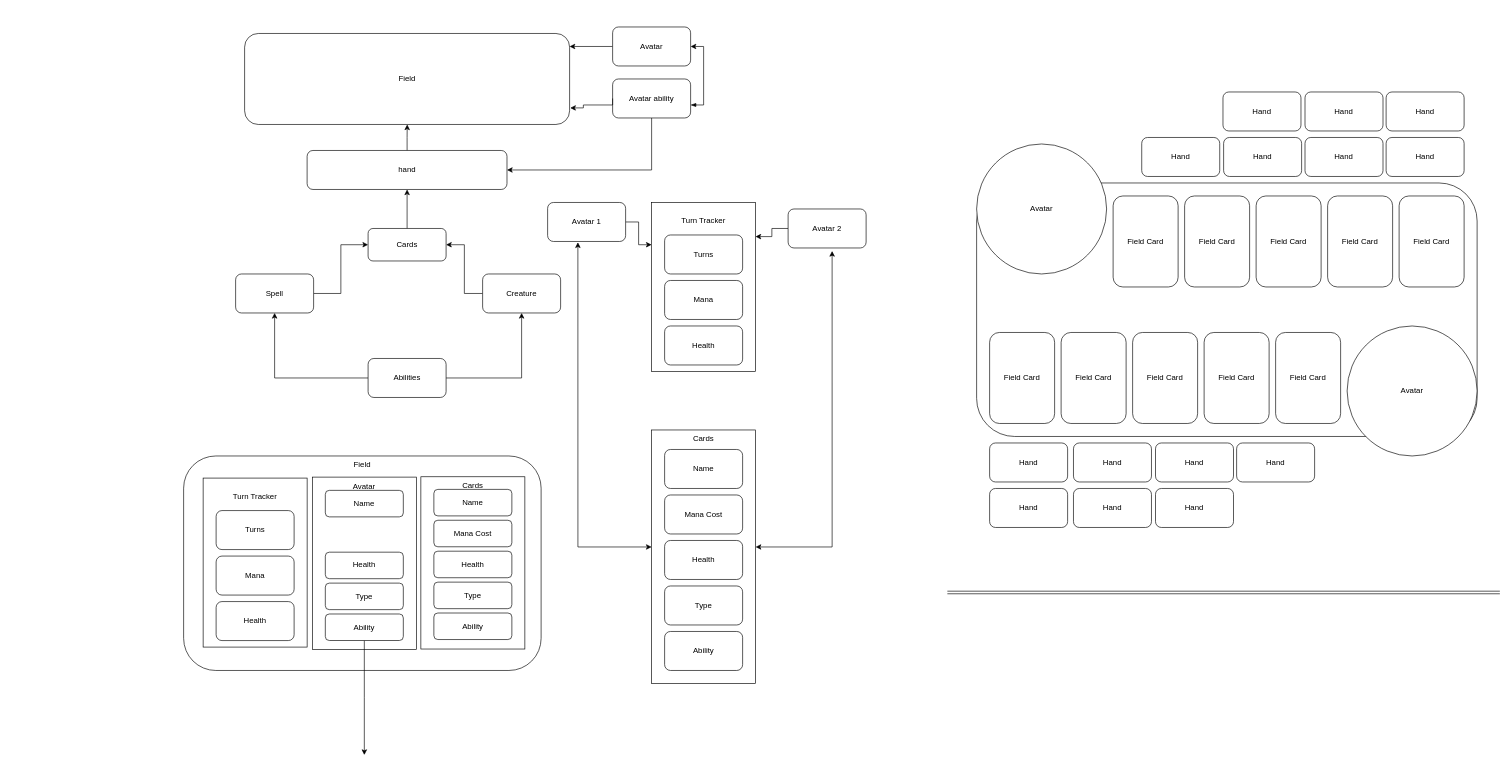
This is daigrams_from_site/Card Game Flow Chart.drawio from popados/01_diagrams, a draw.io file, before an edit. Source tidied: cells renumbered, new cells numbered last; positions are measured from the earlier drawing's top-left corner, leaving out a move shared by most shapes. Both pictures are drawn from the tidied source at 65%, with x=0, y=0 at pixel (183, 27).
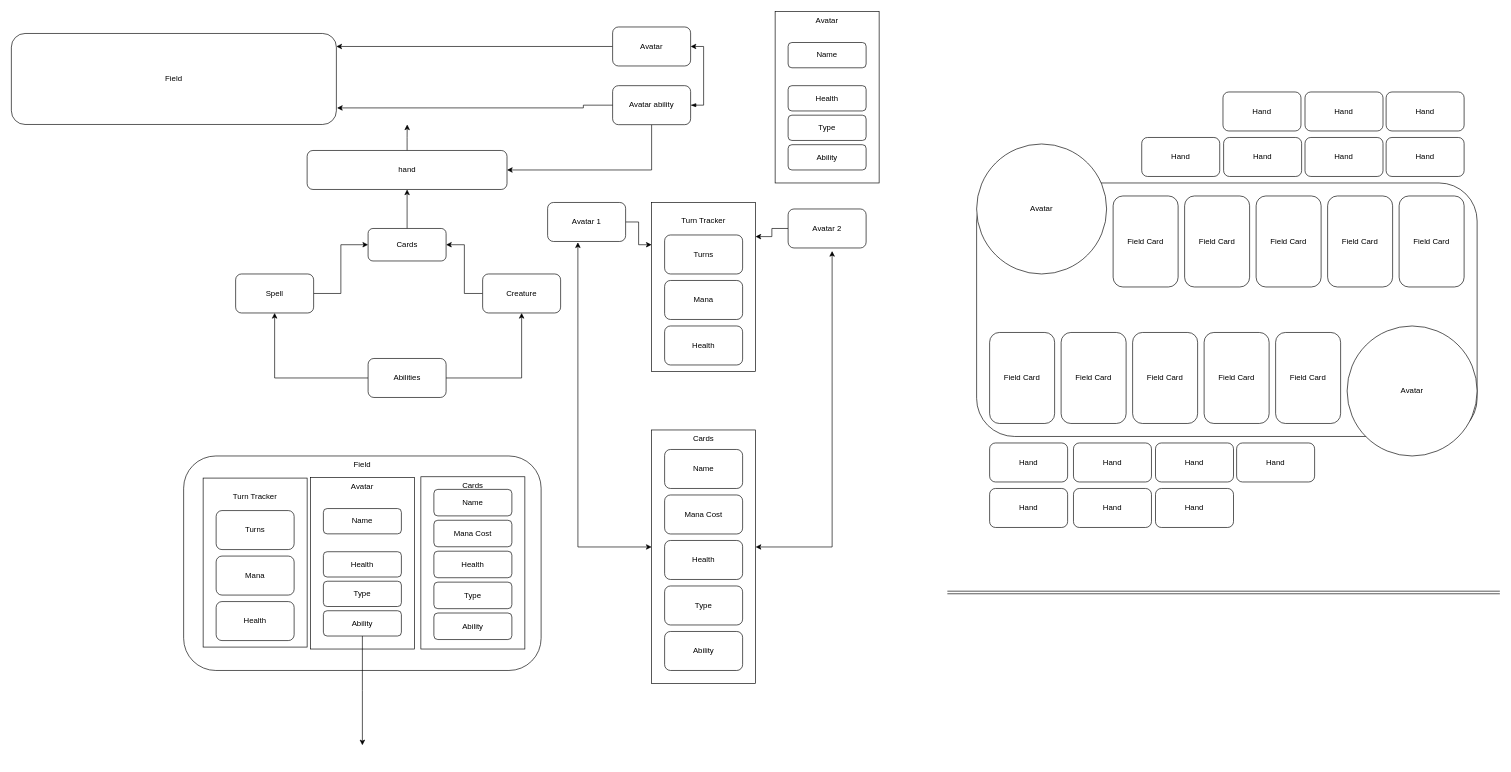
The same page after the edit.

Diff of the diagram source:
```diff
@@
     <mxCell id="18" value="Field&lt;br&gt;" style="rounded=1;whiteSpace=wrap;html=1;" parent="1" vertex="1">
-      <mxGeometry x="93.8" y="10" width="500" height="140" as="geometry" />
+      <mxGeometry x="-265" y="10" width="500" height="140" as="geometry" />
     </mxCell>
@@
     <mxCell id="27" value="Avatar ability" style="rounded=1;whiteSpace=wrap;html=1;" parent="1" vertex="1">
-      <mxGeometry x="660" y="80" width="120" height="60" as="geometry" />
+      <mxGeometry x="660" y="90.3" width="120" height="60" as="geometry" />
     </mxCell>
@@
     <mxCell id="62" style="group;" parent="1" vertex="1">
-      <mxGeometry x="198" y="692.5" width="160" height="265" as="geometry" />
+      <mxGeometry x="195" y="697" width="160" height="260" as="geometry" />
     </mxCell>
     <mxCell id="63" value="Avatar" style="rounded=0;whiteSpace=wrap;html=1;align=center;horizontal=1;verticalAlign=top;" parent="62" vertex="1">
-      <mxGeometry width="160" height="265" as="geometry" />
+      <mxGeometry y="-3.8" width="160" height="263.8" as="geometry" />
     </mxCell>
     <mxCell id="64" value="Name" style="rounded=1;whiteSpace=wrap;html=1;" parent="62" vertex="1">
-      <mxGeometry x="20" y="20.4" width="120" height="40.8" as="geometry" />
+      <mxGeometry x="20" y="43.9" width="120" height="38.9" as="geometry" />
     </mxCell>
     <mxCell id="65" value="Health" style="rounded=1;whiteSpace=wrap;html=1;" parent="62" vertex="1">
-      <mxGeometry x="20" y="115.5" width="120" height="40.8" as="geometry" />
+      <mxGeometry x="20" y="110.3" width="120" height="38.9" as="geometry" />
     </mxCell>
     <mxCell id="66" value="Type" style="rounded=1;whiteSpace=wrap;html=1;" parent="62" vertex="1">
-      <mxGeometry x="20" y="163.1" width="120" height="40.8" as="geometry" />
+      <mxGeometry x="20" y="155.7" width="120" height="38.9" as="geometry" />
     </mxCell>
     <mxCell id="67" style="edgeStyle=orthogonalEdgeStyle;rounded=0;jettySize=auto;html=1;" parent="62" edge="1" source="68">
       <mxGeometry relative="1" as="geometry">
-        <mxPoint x="80" y="427.5" as="targetPoint" />
+        <mxPoint x="80" y="408.1" as="targetPoint" />
       </mxGeometry>
     </mxCell>
     <mxCell id="68" value="Ability" style="rounded=1;whiteSpace=wrap;html=1;" parent="62" vertex="1">
-      <mxGeometry x="20" y="210.6" width="120" height="40.8" as="geometry" />
+      <mxGeometry x="20" y="201.1" width="120" height="38.9" as="geometry" />
     </mxCell>
@@
+    <mxCell id="86" value="Avatar" style="rounded=0;whiteSpace=wrap;html=1;align=center;horizontal=1;verticalAlign=top;" parent="1" vertex="1">
+      <mxGeometry x="910" y="-23.8" width="160" height="263.8" as="geometry" />
+    </mxCell>
+    <mxCell id="87" value="Name" style="rounded=1;whiteSpace=wrap;html=1;" parent="1" vertex="1">
+      <mxGeometry x="930" y="23.9" width="120" height="38.9" as="geometry" />
+    </mxCell>
+    <mxCell id="88" value="Health" style="rounded=1;whiteSpace=wrap;html=1;" parent="1" vertex="1">
+      <mxGeometry x="930" y="90.3" width="120" height="38.9" as="geometry" />
+    </mxCell>
+    <mxCell id="89" value="Type" style="rounded=1;whiteSpace=wrap;html=1;" parent="1" vertex="1">
+      <mxGeometry x="930" y="135.7" width="120" height="38.9" as="geometry" />
+    </mxCell>
+    <mxCell id="90" value="Ability" style="rounded=1;whiteSpace=wrap;html=1;" parent="1" vertex="1">
+      <mxGeometry x="930" y="181.1" width="120" height="38.9" as="geometry" />
+    </mxCell>
```
